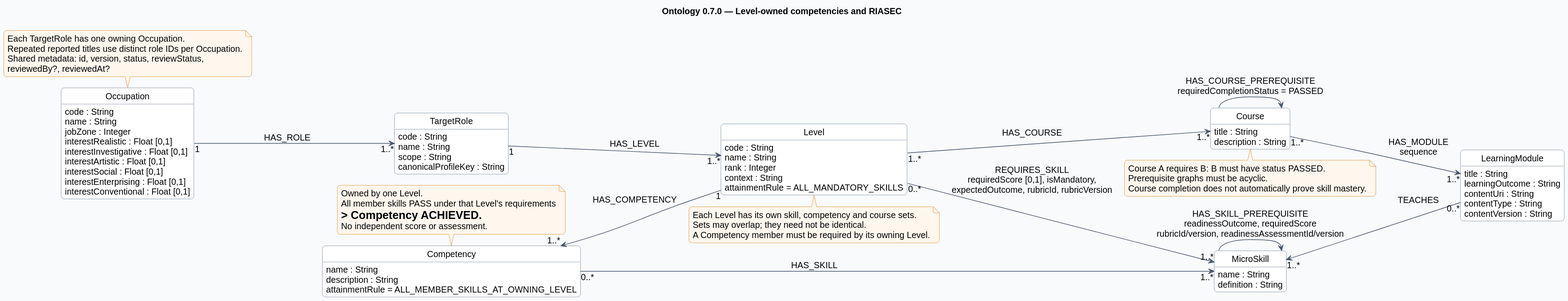
The PlantUML diagram documents/diagrams/neo4j.svg in SEP490-Fall-2026-GFA26SE64/SEP490, before a commit. Its diagram source:
```plantuml
@startuml
!pragma layout smetana
left to right direction
hide empty members
hide circle
skinparam shadowing false
skinparam roundcorner 10
skinparam classAttributeIconSize 0
skinparam backgroundColor #F8FAFC
skinparam classBackgroundColor #FFFFFF
skinparam classBorderColor #64748B
skinparam ArrowColor #475569
skinparam noteBackgroundColor #FFF7ED
skinparam noteBorderColor #D97706
skinparam defaultFontName Arial
skinparam defaultFontSize 14
title Ontology 0.7.0 — Level-owned competencies and RIASEC
class Occupation {
 code : String
 name : String
 jobZone : Integer
 interestRealistic : Float [0,1]
 interestInvestigative : Float [0,1]
 interestArtistic : Float [0,1]
 interestSocial : Float [0,1]
 interestEnterprising : Float [0,1]
 interestConventional : Float [0,1]
}
class TargetRole {
 code : String
 name : String
 scope : String
 canonicalProfileKey : String
}
class Level {
 code : String
 name : String
 rank : Integer
 context : String
 attainmentRule = ALL_MANDATORY_SKILLS
}
class Competency {
 name : String
 description : String
 attainmentRule = ALL_MEMBER_SKILLS_AT_OWNING_LEVEL
}
class MicroSkill {
 name : String
 definition : String
}
class Course {
 title : String
 description : String
}
class LearningModule {
 title : String
 learningOutcome : String
 contentUri : String
 contentType : String
 contentVersion : String
}
Occupation "1" --> "1..*" TargetRole : HAS_ROLE
TargetRole "1" --> "1..*" Level : HAS_LEVEL
Level "1" -up-> "1..*" Competency : HAS_COMPETENCY
Competency "0..*" --> "1..*" MicroSkill : HAS_SKILL
Level "0..*" --> "1..*" MicroSkill : REQUIRES_SKILL\nrequiredScore [0,1], isMandatory,\nexpectedOutcome, rubricId, rubricVersion
Level "1..*" -down-> "1..*" Course : HAS_COURSE
Course "1..*" --> "1..*" LearningModule : HAS_MODULE\nsequence
LearningModule "0..*" -up-> "1..*" MicroSkill : TEACHES
Course --> Course : HAS_COURSE_PREREQUISITE\nrequiredCompletionStatus = PASSED
MicroSkill --> MicroSkill : HAS_SKILL_PREREQUISITE\nreadinessOutcome, requiredScore\nrubricId/version, readinessAssessmentId/version
note top of Competency
Owned by one Level.
All member skills PASS under that Level's requirements
=> Competency ACHIEVED.
No independent score or assessment.
end note
note bottom of Level
Each Level has its own skill, competency and course sets.
Sets may overlap; they need not be identical.
A Competency member must be required by its owning Level.
end note
note bottom of Course
Course A requires B: B must have status PASSED.
Prerequisite graphs must be acyclic.
Course completion does not automatically prove skill mastery.
end note
note top of Occupation
Each TargetRole has one owning Occupation.
Repeated reported titles use distinct role IDs per Occupation.
Shared metadata: id, version, status, reviewStatus,
reviewedBy?, reviewedAt?
end note
@enduml
```
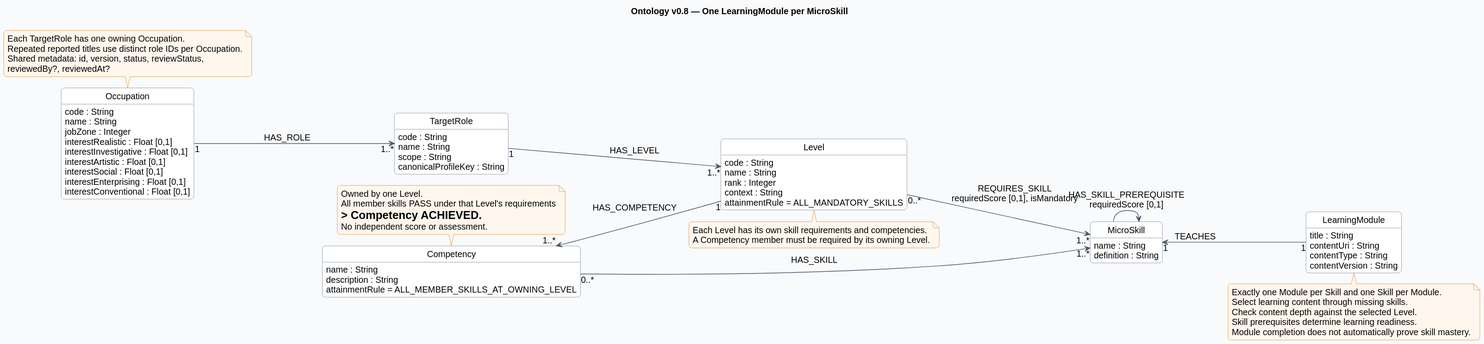
The same diagram one commit later.

Change to the diagram source:
```diff
@@ -14,7 +14,7 @@
 skinparam noteBorderColor #D97706
 skinparam defaultFontName Arial
 skinparam defaultFontSize 14
-title Ontology 0.7.0 — Level-owned competencies and RIASEC
+title Ontology v0.8 — One LearningModule per MicroSkill
 class Occupation {
  code : String
  name : String
@@ -48,13 +48,8 @@
  name : String
  definition : String
 }
-class Course {
- title : String
- description : String
-}
 class LearningModule {
  title : String
- learningOutcome : String
  contentUri : String
  contentType : String
  contentVersion : String
@@ -63,12 +58,9 @@
 TargetRole "1" --> "1..*" Level : HAS_LEVEL
 Level "1" -up-> "1..*" Competency : HAS_COMPETENCY
 Competency "0..*" --> "1..*" MicroSkill : HAS_SKILL
-Level "0..*" --> "1..*" MicroSkill : REQUIRES_SKILL\nrequiredScore [0,1], isMandatory,\nexpectedOutcome, rubricId, rubricVersion
-Level "1..*" -down-> "1..*" Course : HAS_COURSE
-Course "1..*" --> "1..*" LearningModule : HAS_MODULE\nsequence
-LearningModule "0..*" -up-> "1..*" MicroSkill : TEACHES
-Course --> Course : HAS_COURSE_PREREQUISITE\nrequiredCompletionStatus = PASSED
-MicroSkill --> MicroSkill : HAS_SKILL_PREREQUISITE\nreadinessOutcome, requiredScore\nrubricId/version, readinessAssessmentId/version
+Level "0..*" --> "1..*" MicroSkill : REQUIRES_SKILL\nrequiredScore [0,1], isMandatory
+LearningModule "1" -up-> "1" MicroSkill : TEACHES
+MicroSkill --> MicroSkill : HAS_SKILL_PREREQUISITE\nrequiredScore [0,1]
 note top of Competency
 Owned by one Level.
 All member skills PASS under that Level's requirements
@@ -76,14 +68,15 @@
 No independent score or assessment.
 end note
 note bottom of Level
-Each Level has its own skill, competency and course sets.
-Sets may overlap; they need not be identical.
+Each Level has its own skill requirements and competencies.
 A Competency member must be required by its owning Level.
 end note
-note bottom of Course
-Course A requires B: B must have status PASSED.
-Prerequisite graphs must be acyclic.
-Course completion does not automatically prove skill mastery.
+note bottom of LearningModule
+Exactly one Module per Skill and one Skill per Module.
+Select learning content through missing skills.
+Check content depth against the selected Level.
+Skill prerequisites determine learning readiness.
+Module completion does not automatically prove skill mastery.
 end note
 note top of Occupation
 Each TargetRole has one owning Occupation.
```
